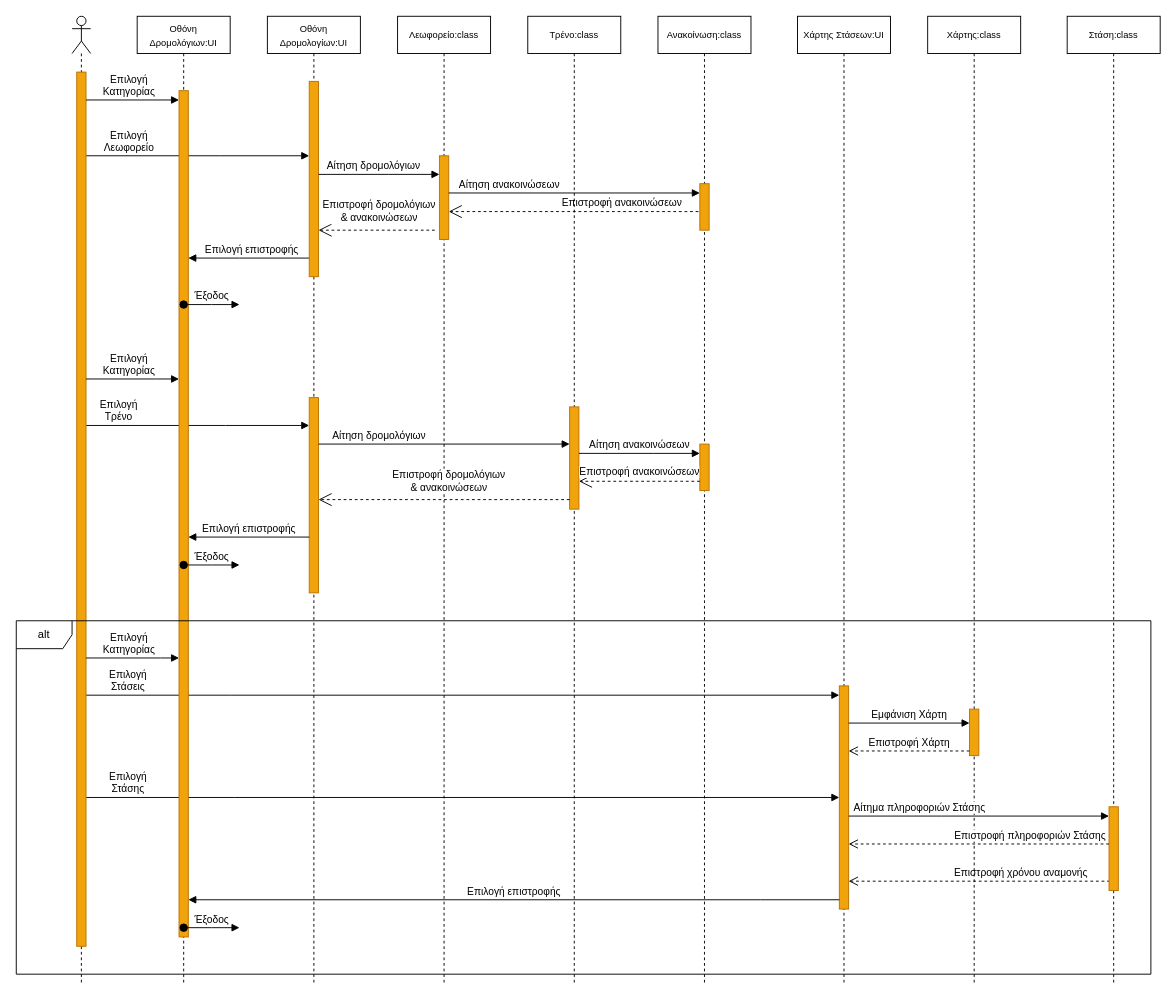
Before: page "Public Transportation" (2 of 6) of docs/Contributions/Vaggelis/Phase 4/Sequence-Diagrams-v0.1.1.drawio in Ibournakas/PaPapp, a draw.io diagram. Source tidied: cells renumbered, new cells numbered last; positions are measured from the earlier drawing's top-left corner, leaving out a move shared by most shapes. Both pictures are drawn from the tidied source at 93%, with x=0, y=0 at pixel (16, 16).
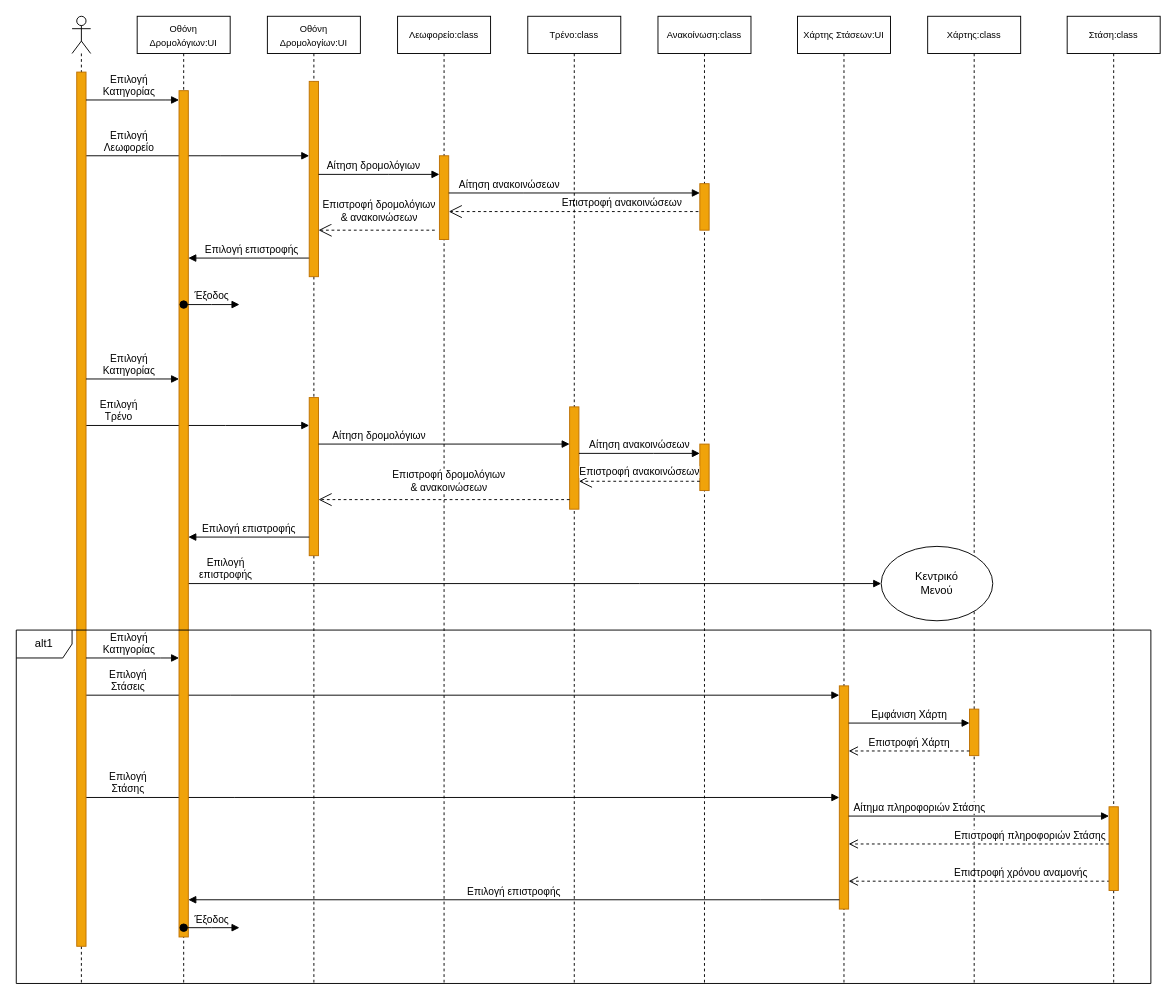
Above is the later version.

The change refers to these unchanged cells:
```xml
<mxCell id="11" value="&lt;font style=&quot;font-size: 10px;&quot;&gt;Οθόνη Δρομολόγιων:UI&lt;/font&gt;" style="shape=umlLifeline;perimeter=lifelinePerimeter;whiteSpace=wrap;html=1;outlineConnect=0;portConstraint=eastwest;newEdgeStyle={&quot;edgeStyle&quot;:&quot;elbowEdgeStyle&quot;,&quot;elbow&quot;:&quot;vertical&quot;,&quot;curved&quot;:0,&quot;rounded&quot;:0};" parent="1" vertex="1">
  <mxGeometry x="130" width="100" height="1040" as="geometry" />
</mxCell>
<mxCell id="14" value="&lt;span style=&quot;font-size: 10px;&quot;&gt;Οθόνη Δρομολογίων:UI&lt;/span&gt;" style="shape=umlLifeline;perimeter=lifelinePerimeter;whiteSpace=wrap;html=1;outlineConnect=0;portConstraint=eastwest;newEdgeStyle={&quot;edgeStyle&quot;:&quot;elbowEdgeStyle&quot;,&quot;elbow&quot;:&quot;vertical&quot;,&quot;curved&quot;:0,&quot;rounded&quot;:0};" parent="1" vertex="1">
  <mxGeometry x="270" width="100" height="1040" as="geometry" />
</mxCell>
```

What changed in the source:
```diff
@@
+    <mxCell id="49" value="Επιλογή &lt;br&gt;επιστροφής" style="html=1;verticalAlign=bottom;endArrow=block;edgeStyle=elbowEdgeStyle;elbow=vertical;curved=0;rounded=0;entryX=0;entryY=0.5;entryDx=0;entryDy=0;" parent="1" edge="1" source="11" target="50">
+      <mxGeometry x="-0.88" relative="1" as="geometry">
+        <Array as="points">
+          <mxPoint x="670" y="610" />
+          <mxPoint x="370" y="620" />
+          <mxPoint x="225" y="630" />
+          <mxPoint x="160" y="619.9" />
+          <mxPoint x="80" y="599.9" />
+        </Array>
+      </mxGeometry>
+    </mxCell>
@@
     <mxCell id="16" style="html=1;points=[];perimeter=orthogonalPerimeter;outlineConnect=0;targetShapes=umlLifeline;portConstraint=eastwest;newEdgeStyle={&quot;edgeStyle&quot;:&quot;elbowEdgeStyle&quot;,&quot;elbow&quot;:&quot;vertical&quot;,&quot;curved&quot;:0,&quot;rounded&quot;:0};fillColor=#f0a30a;fontColor=#000000;strokeColor=#BD7000;" parent="14" vertex="1">
-      <mxGeometry x="45" y="410" width="10" height="210" as="geometry" />
+      <mxGeometry x="45" y="410" width="10" height="170" as="geometry" />
     </mxCell>
@@
-    <mxCell id="33" value="Έξοδος" style="html=1;verticalAlign=bottom;startArrow=oval;startFill=1;endArrow=block;startSize=8;edgeStyle=elbowEdgeStyle;elbow=vertical;curved=0;rounded=0;" parent="1" edge="1">
-      <mxGeometry relative="1" as="geometry">
-        <mxPoint x="180" y="590" as="sourcePoint" />
-        <mxPoint x="240" y="590" as="targetPoint" />
-      </mxGeometry>
-    </mxCell>
@@
-    <mxCell id="48" value="alt" style="shape=umlFrame;whiteSpace=wrap;html=1;" parent="1" vertex="1">
-      <mxGeometry y="650" width="1220" height="380" as="geometry" />
+    <mxCell id="48" value="alt1" style="shape=umlFrame;whiteSpace=wrap;html=1;" parent="1" vertex="1">
+      <mxGeometry y="660" width="1220" height="380" as="geometry" />
     </mxCell>
+    <mxCell id="50" value="Κεντρικό&lt;br&gt;Μενού" style="ellipse;whiteSpace=wrap;html=1;" parent="1" vertex="1">
+      <mxGeometry x="930" y="570" width="120" height="80" as="geometry" />
+    </mxCell>
```
